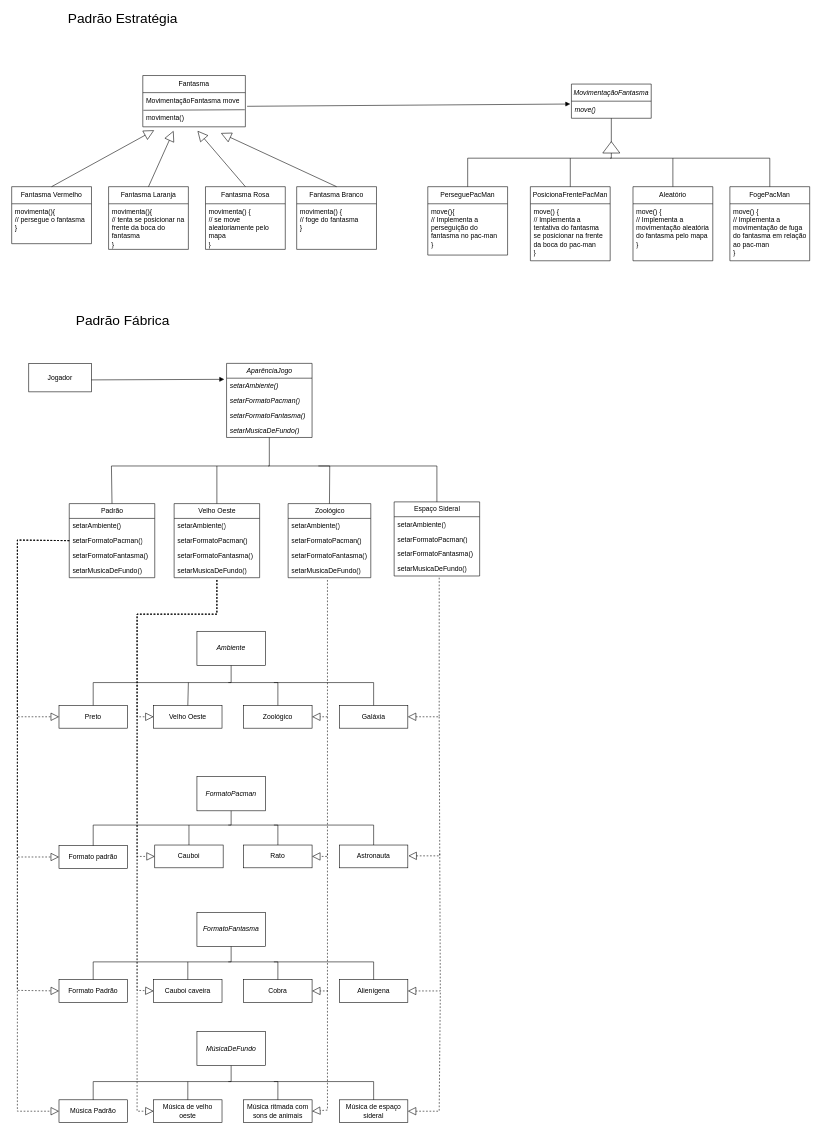
Before: final_project.drawio in SamanthaMiyahira/POO_coursera, a draw.io diagram. Source tidied: cells renumbered, new cells numbered last; positions are measured from the earlier drawing's top-left corner, leaving out a move shared by most shapes. Both pictures are drawn from the tidied source at 57%, with x=0, y=0 at pixel (11, 10).
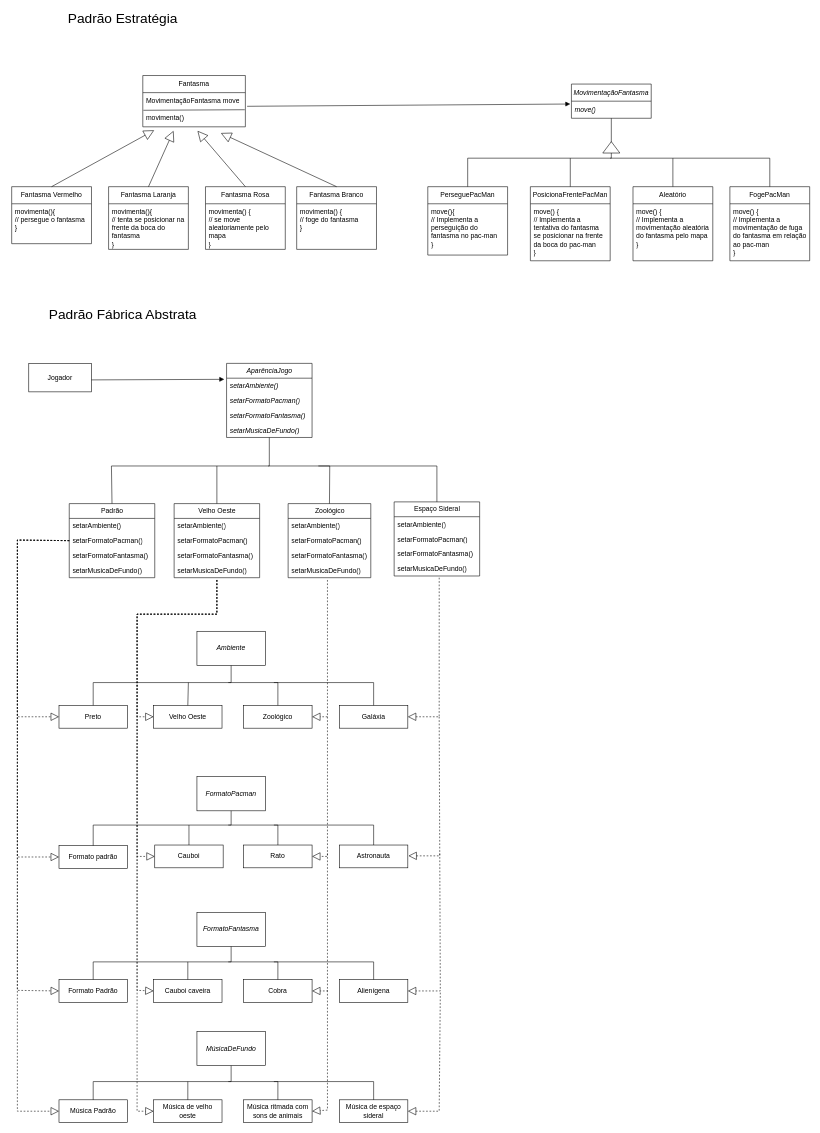
The same page after the edit.

Commit message:
projeto final corrigido

What changed in the source:
```diff
@@
-    <mxCell id="25" value="&lt;font style=&quot;font-size: 24px;&quot;&gt;Padrão Fábrica&lt;/font&gt;" style="text;html=1;strokeColor=none;fillColor=none;align=center;verticalAlign=middle;whiteSpace=wrap;rounded=0;" parent="1" vertex="1">
-      <mxGeometry x="30" y="530" width="330" height="30" as="geometry" />
+    <mxCell id="25" value="&lt;font style=&quot;font-size: 24px;&quot;&gt;Padrão Fábrica Abstrata&lt;/font&gt;" style="text;html=1;strokeColor=none;fillColor=none;align=center;verticalAlign=middle;whiteSpace=wrap;rounded=0;" parent="1" vertex="1">
+      <mxGeometry x="30" y="520" width="330" height="30" as="geometry" />
     </mxCell>
```
